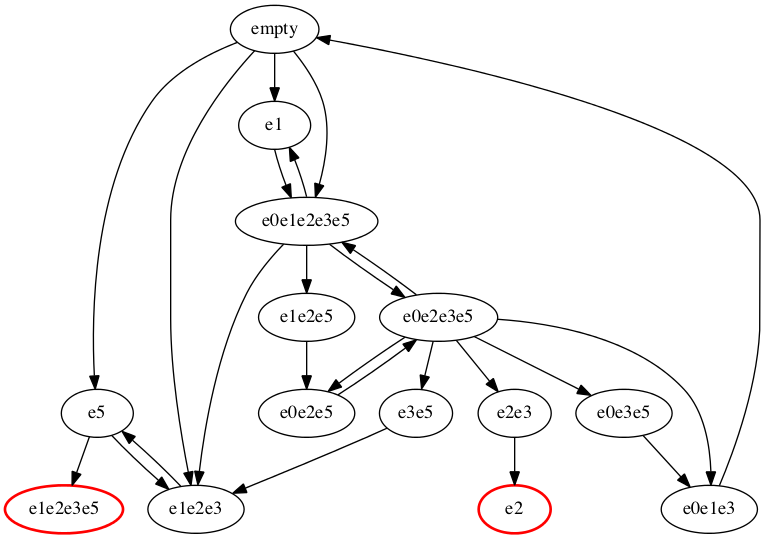
Earlier version of the Graphviz export tmp/full.png (ryysd/PrototypePOR). Its source is kept beside it as tmp/full.dot.
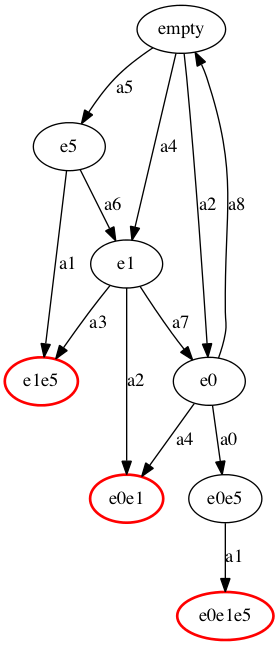
Above is the later version.

The edit, as a diff of the source:
```diff
@@ -1,29 +1,21 @@
 strict digraph {
-  empty -> e5 empty -> e5 [];
-  empty -> e1e2e3 empty -> e1e2e3 [];
-  empty -> e1 empty -> e1 [];
-  empty -> e0e1e2e3e5 empty -> e0e1e2e3e5 [];
-  empty -> e5 empty -> e5 [];
-  e5 -> e1e2e3e5 e5 -> e1e2e3e5 [];
-  e5 -> e1e2e3 e5 -> e1e2e3 [];
-  e1e2e3 -> e5 e1e2e3 -> e5 [];
-  e1e2e3e5 [color=red, style=bold]
-  e0e1e2e3e5 -> e1e2e5 e0e1e2e3e5 -> e1e2e5 [];
-  e0e1e2e3e5 -> e1e2e3 e0e1e2e3e5 -> e1e2e3 [];
-  e0e1e2e3e5 -> e0e2e3e5 e0e1e2e3e5 -> e0e2e3e5 [];
-  e0e1e2e3e5 -> e1 e0e1e2e3e5 -> e1 [];
-  e1 -> e0e1e2e3e5 e1 -> e0e1e2e3e5 [];
-  e0e2e3e5 -> e2e3 e0e2e3e5 -> e2e3 [];
-  e0e2e3e5 -> e0e3e5 e0e2e3e5 -> e0e3e5 [];
-  e0e2e3e5 -> e3e5 e0e2e3e5 -> e3e5 [];
-  e0e2e3e5 -> e0e2e5 e0e2e3e5 -> e0e2e5 [];
-  e0e2e3e5 -> e0e1e3 e0e2e3e5 -> e0e1e3 [];
-  e0e2e3e5 -> e0e1e2e3e5 e0e2e3e5 -> e0e1e2e3e5 [];
-  e0e1e3 -> empty e0e1e3 -> empty [];
-  e0e2e5 -> e0e2e3e5 e0e2e5 -> e0e2e3e5 [];
-  e3e5 -> e1e2e3 e3e5 -> e1e2e3 [];
-  e0e3e5 -> e0e1e3 e0e3e5 -> e0e1e3 [];
-  e2e3 -> e2 e2e3 -> e2 [];
-  e2 [color=red, style=bold]
-  e1e2e5 -> e0e2e5 e1e2e5 -> e0e2e5 [];
+  empty -> e5 [label="a0", ];
+  empty -> e1 [label="a1", ];
+  empty -> e0 [label="a2", ];
+  empty -> e5 [label="a3", ];
+  empty -> e1 [label="a4", ];
+  empty -> e5 [label="a5", ];
+  e5 -> e1e5 [label="a1", ];
+  e5 -> e1 [label="a6", ];
+  e1 -> e0e1 [label="a2", ];
+  e1 -> e1e5 [label="a3", ];
+  e1 -> e0 [label="a7", ];
+  e0 -> e0e5 [label="a0", ];
+  e0 -> e0e1 [label="a1", ];
+  e0 -> e0e1 [label="a4", ];
+  e0 -> empty [label="a8", ];
+  e0e1 [color=red, style=bold]
+  e0e5 -> e0e1e5 [label="a1", ];
+  e0e1e5 [color=red, style=bold]
+  e1e5 [color=red, style=bold]
 }
```
